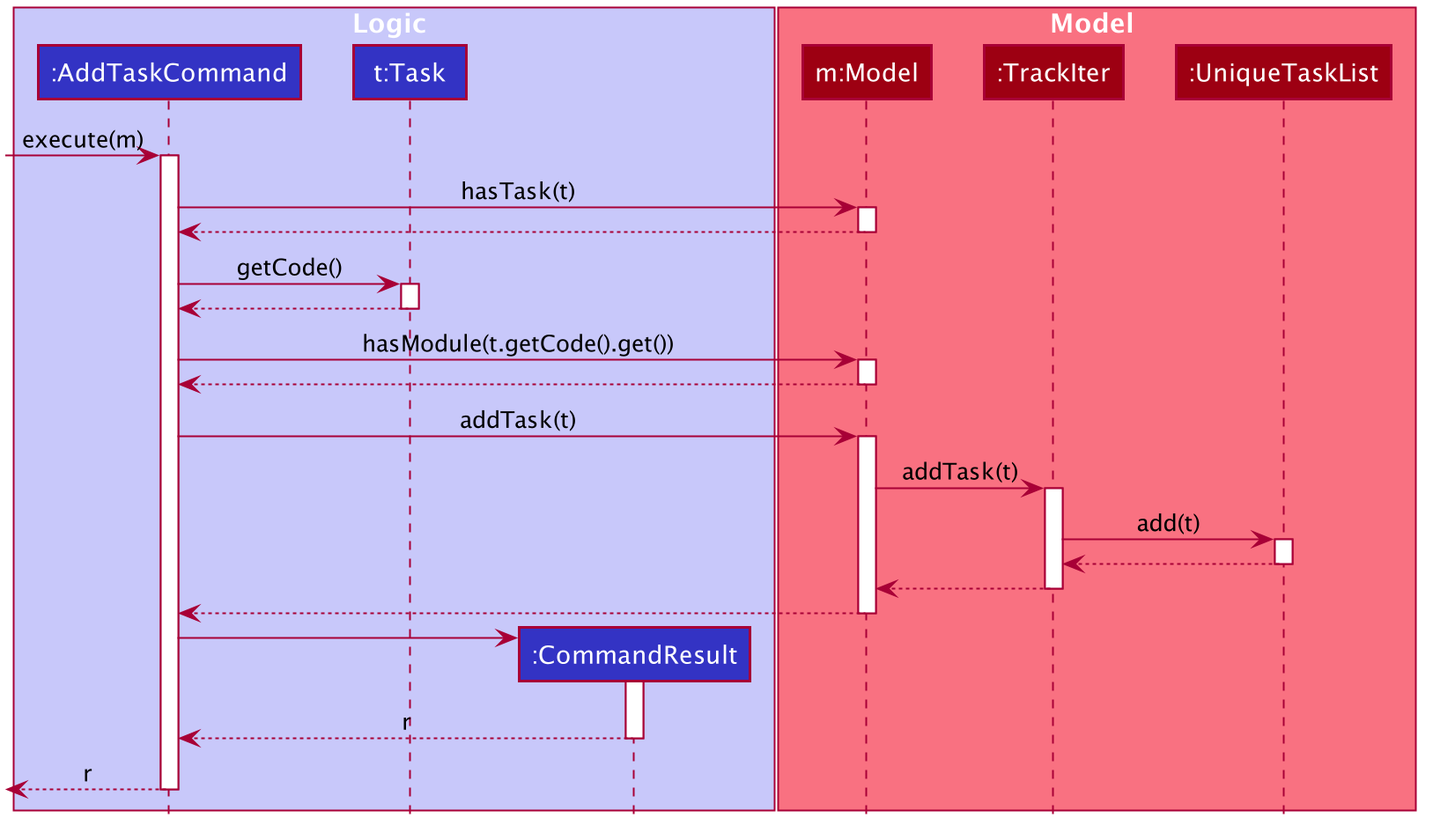
Earlier version of the PlantUML export docs/images/AddTaskSequenceDiagram.png (simonteozw/tp).
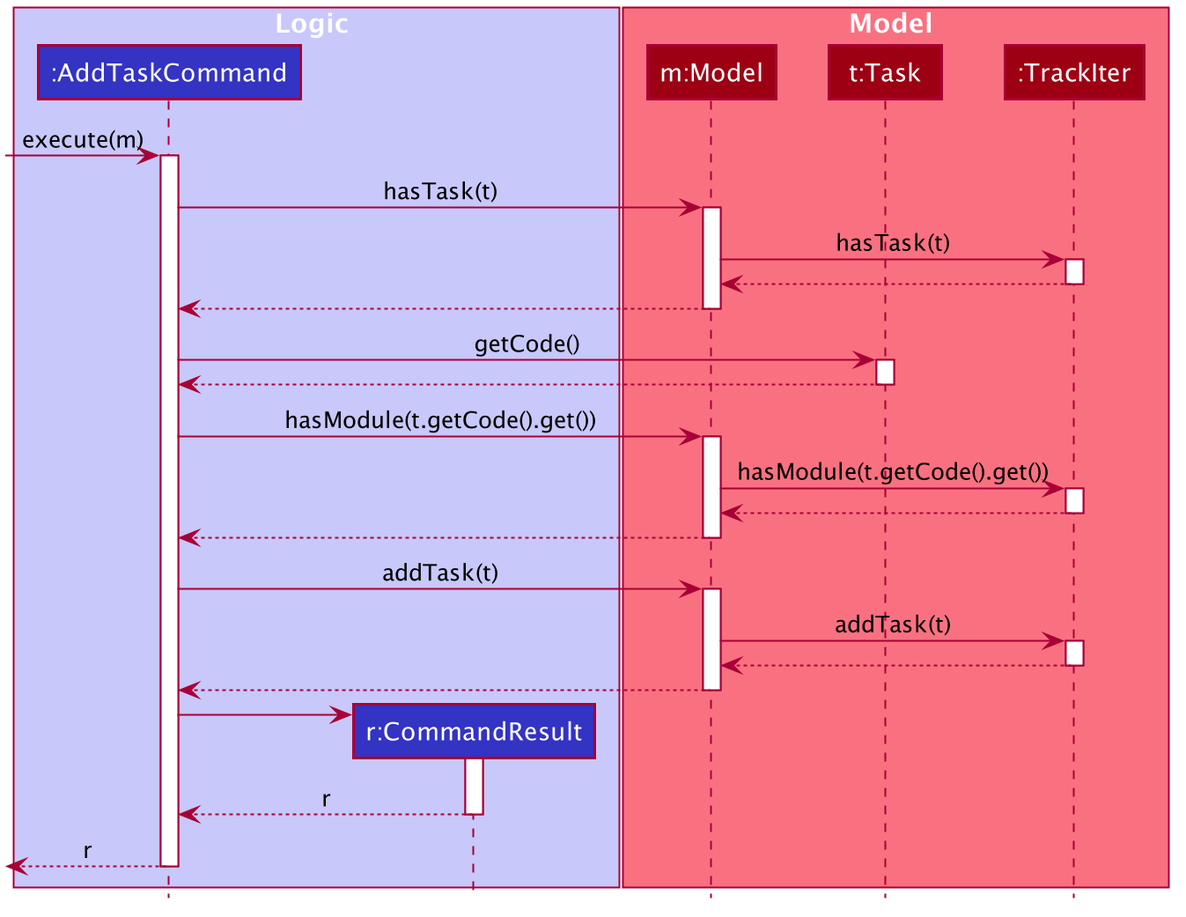
The same file after the commit.

Diff of the diagram source:
```diff
@@ -17,6 +17,8 @@
     BorderColor #FFFFFF
     StereotypeFontColor #FFFFFF
     FontName Arial
+    AttributeFontColor #FFFFFF
+    AttributeIconSize 0
 }
 
 skinparam Actor {
@@ -50,14 +52,13 @@
 
 box Logic #C8C8FA
 participant ":AddTaskCommand" as AddTaskCommand #3333C4
-participant "t:Task" as task #3333C4
-participant ":CommandResult" as CommandResult #3333C4
+participant "r:CommandResult" as CommandResult #3333C4
 end box
 
 box Model #F97181
 participant "m:Model" as Model #9D0012
+participant "t:Task" as task #9D0012
 participant ":TrackIter" as TrackIter #9D0012
-participant ":UniqueTaskList" as UniqueTaskList #9D0012
 end box
 
 [-> AddTaskCommand : execute(m)
@@ -65,6 +66,12 @@
 
 AddTaskCommand -> Model : hasTask(t)
 activate Model
+
+Model -> TrackIter : hasTask(t)
+activate TrackIter
+
+TrackIter --> Model
+deactivate TrackIter
 
 Model --> AddTaskCommand
 deactivate Model
@@ -78,6 +85,12 @@
 AddTaskCommand -> Model : hasModule(t.getCode().get())
 activate Model
 
+Model -> TrackIter : hasModule(t.getCode().get())
+activate TrackIter
+
+TrackIter --> Model
+deactivate TrackIter
+
 Model --> AddTaskCommand
 deactivate Model
 
@@ -86,12 +99,6 @@
 
 Model -> TrackIter : addTask(t)
 activate TrackIter
-
-TrackIter -> UniqueTaskList : add(t)
-activate UniqueTaskList
-
-UniqueTaskList --> TrackIter
-deactivate UniqueTaskList
 
 TrackIter --> Model
 deactivate TrackIter
```
